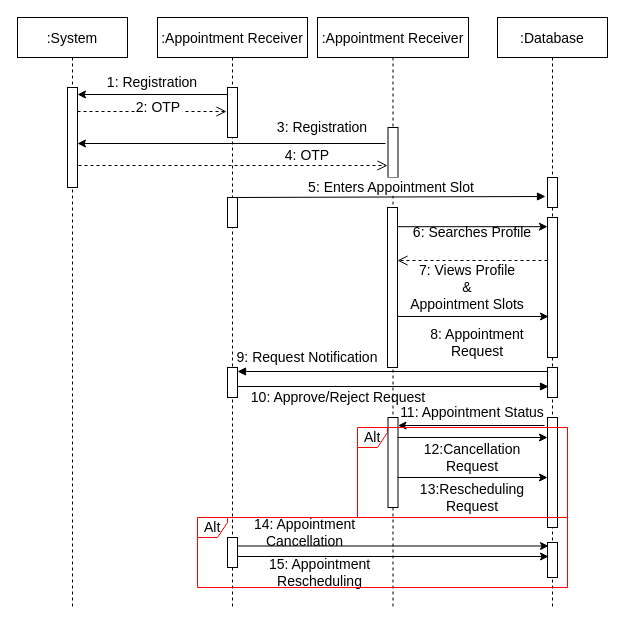
Above: SequnceDiagram.drawio in Yash7200/CP-1 (draw.io), before the change. Source tidied: cells renumbered, new cells numbered last; positions are measured from the earlier drawing's top-left corner, leaving out a move shared by most shapes. Both pictures are drawn from the tidied source at 100%, with x=0, y=0 at pixel (17, 17).
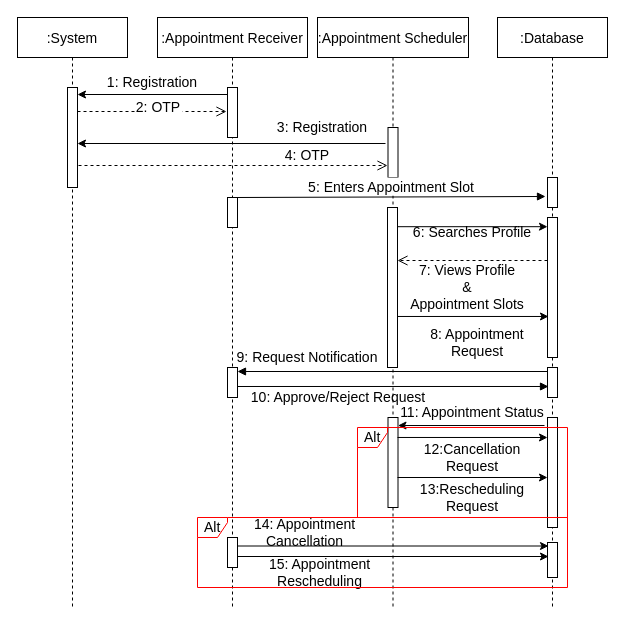
The same page after the edit.

The edit, as a diff of the source:
```diff
@@
-    <mxCell id="12" value=":Appointment Receiver" style="shape=umlLifeline;perimeter=lifelinePerimeter;rounded=0;shadow=0;strokeWidth=1;fontSize=14;" parent="1" vertex="1">
+    <mxCell id="12" value=":Appointment Scheduler" style="shape=umlLifeline;perimeter=lifelinePerimeter;rounded=0;shadow=0;strokeWidth=1;fontSize=14;" parent="1" vertex="1">
       <mxGeometry x="300" width="151" height="590" as="geometry" />
     </mxCell>
```
